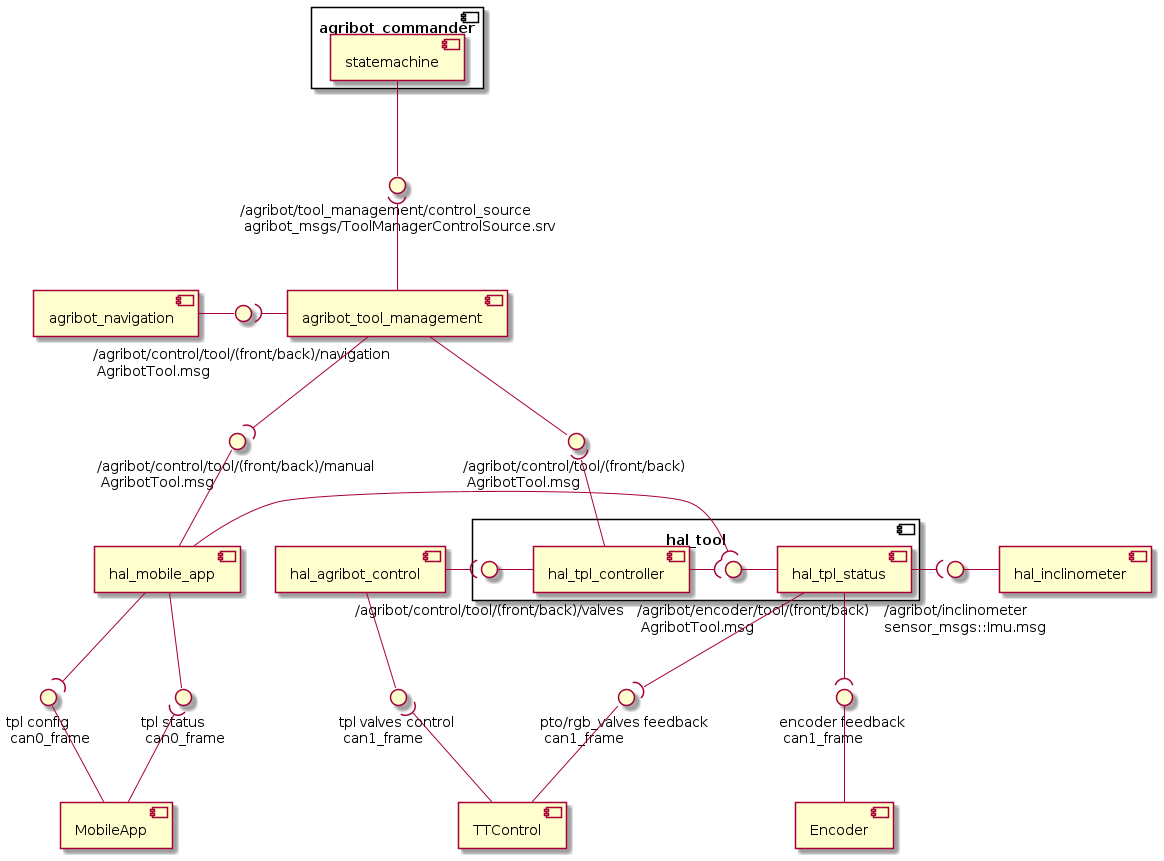
The PlantUML diagram doc/tpl_component/tpl_control_component.png in agribot-2-0/agribot_tools_management, before a commit.
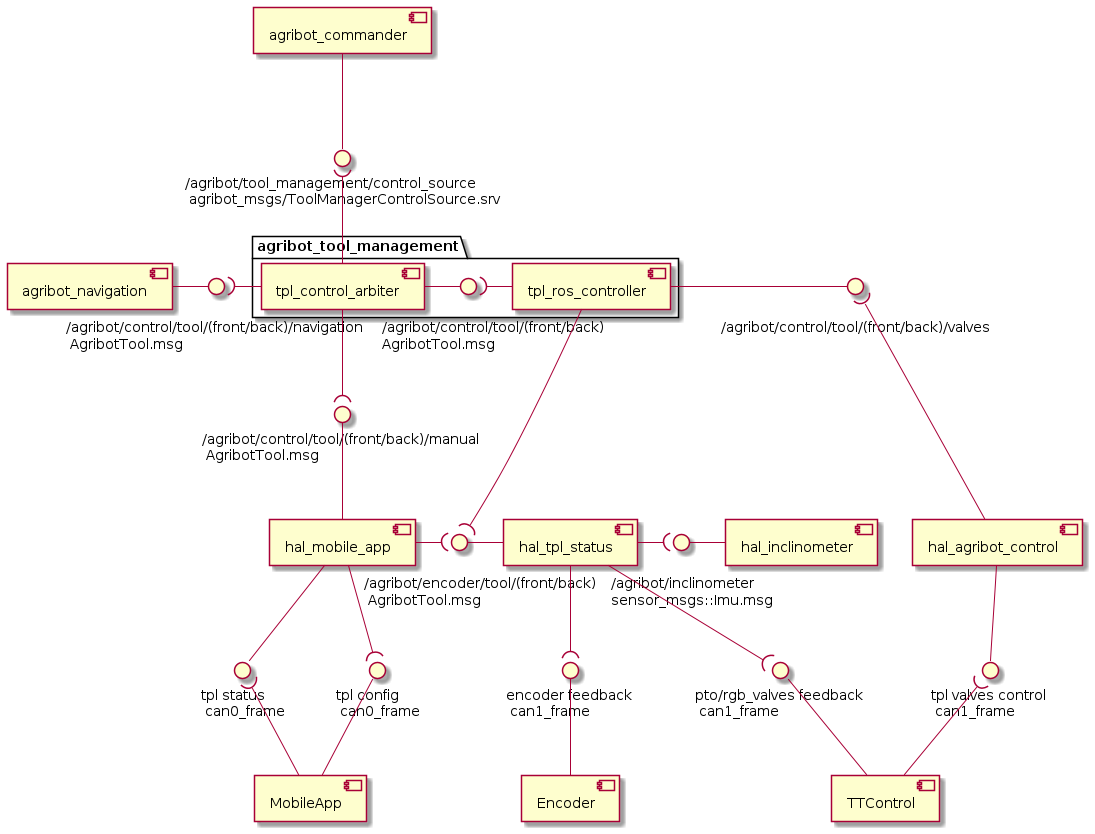
Above is the later version.

Commit message:
TPL component diagram updated

The edit, as a diff of the source:
```diff
@@ -2,49 +2,50 @@
 
 () "/agribot/control/tool/(front/back)/manual \n AgribotTool.msg" as manual_control_tool_msg
 () "\n/agribot/control/tool/(front/back)/navigation \n AgribotTool.msg" as navi_control_tool_msg
-() "/agribot/control/tool/(front/back) \n AgribotTool.msg" as control_tool_msg
 () "/agribot/tool_management/control_source \n agribot_msgs/ToolManagerControlSource.srv" as control_source_srv
 () "tpl status \n can0_frame" as tpl_status_can0
 () "tpl config \n can0_frame" as tpl_config_can0
 () "encoder feedback \n can1_frame" as tpl_feedback_can1
 () "pto/rgb_valves feedback \n can1_frame" as tpl_valves_feedback_can1
 () "tpl valves control \n can1_frame" as tpl_control_can1
+() "\n     /agribot/inclinometer\n     sensor_msgs::Imu.msg" as hal_inclinometer_msg
+() "\n           /agribot/encoder/tool/(front/back) \n            AgribotTool.msg" as tool_tpl_status_msg
+() "\n/agribot/control/tool/(front/back)/valves" as control_valves_msg
 
-component agribot_commander {
-  [statemachine]
+[hal_tpl_status]
+tool_tpl_status_msg - [hal_tpl_status]
+
+package agribot_tool_management {
+  () "\n             /agribot/control/tool/(front/back) \n             AgribotTool.msg" as control_tool_msg
+
+  [tpl_control_arbiter]
+  [tpl_ros_controller]
+
+  [tpl_control_arbiter] -[hidden]r- [tpl_ros_controller]
+  [tpl_control_arbiter] -l-( navi_control_tool_msg
+
 }
 
-() "\n     /agribot/inclinometer\n     sensor_msgs::Imu.msg" as hal_inclinometer_msg
+[agribot_navigation] -r- navi_control_tool_msg
 
-component hal_tool {
-  () "\n/agribot/control/tool/(front/back)/valves" as control_valves_msg
-  () "\n           /agribot/encoder/tool/(front/back) \n            AgribotTool.msg" as tool_tpl_status_msg
+tpl_ros_controller --( tool_tpl_status_msg
 
-  [hal_tpl_status]
-  [hal_tpl_controller]
+tpl_ros_controller -r-() control_valves_msg
 
-  [hal_tpl_controller] -( tool_tpl_status_msg
-  tool_tpl_status_msg - [hal_tpl_status]
-
-  control_valves_msg - [hal_tpl_controller]
-}
-
-[hal_agribot_control] -( control_valves_msg
+control_valves_msg )--- [hal_agribot_control]
 
 [hal_tpl_status] -( hal_inclinometer_msg
 hal_inclinometer_msg - [hal_inclinometer]
 
-[statemachine] -- control_source_srv
+[agribot_commander] -- control_source_srv
 
-control_source_srv )-- [agribot_tool_management]
+control_source_srv )-- [tpl_control_arbiter]
 
-[agribot_navigation] - navi_control_tool_msg
-navi_control_tool_msg )- [agribot_tool_management]
 
-[agribot_tool_management] --( manual_control_tool_msg
-[agribot_tool_management] -- control_tool_msg
+[tpl_control_arbiter] --( manual_control_tool_msg
+[tpl_control_arbiter] -r- control_tool_msg
 
-control_tool_msg )-- [hal_tpl_controller]
+control_tool_msg )-r- [tpl_ros_controller]
 
 manual_control_tool_msg -- [hal_mobile_app]
 
```
